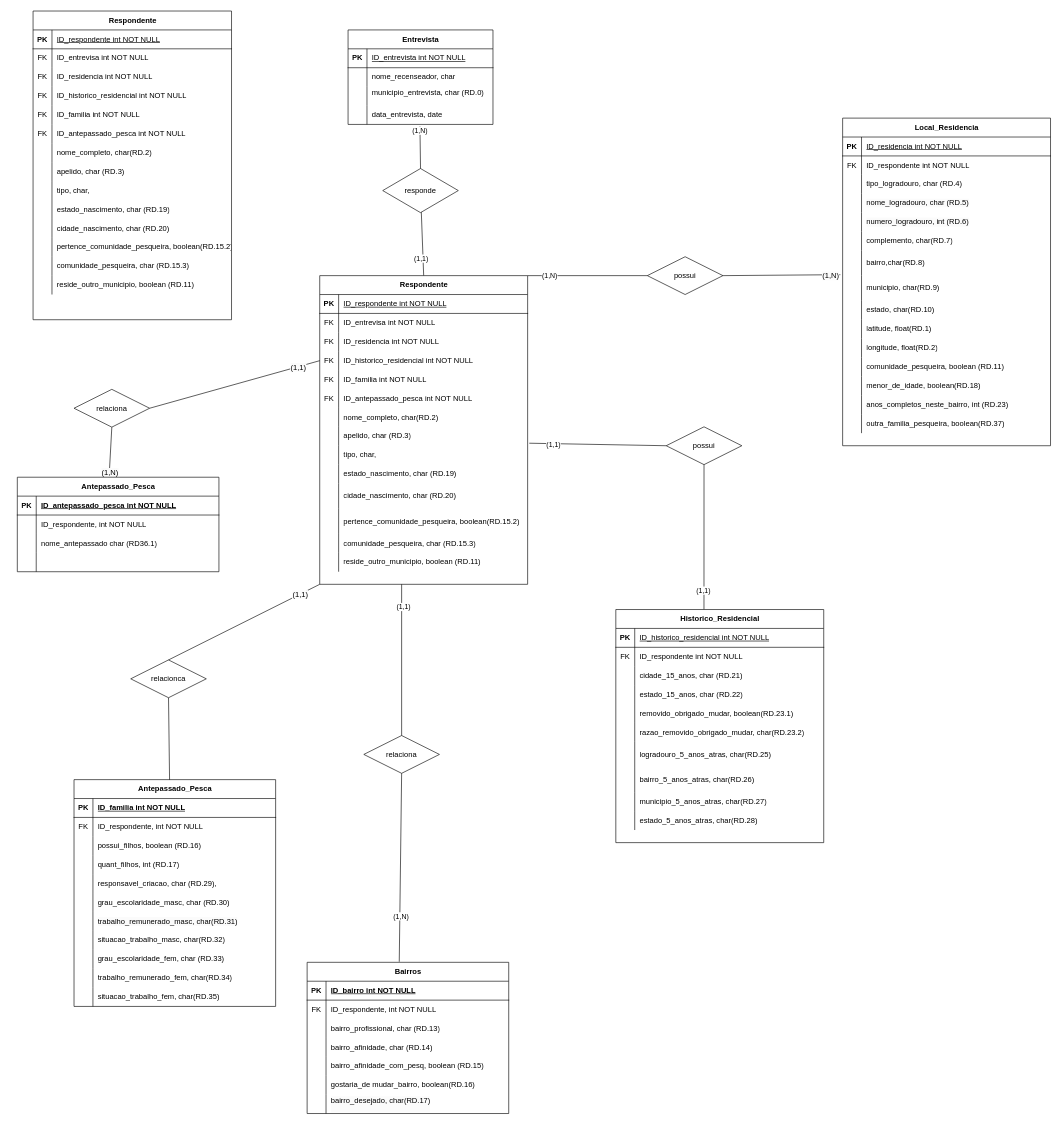
This is mer_1.drawio from larisard/mer, a draw.io file, before an edit. Source tidied: cells renumbered, new cells numbered last; positions are measured from the earlier drawing's top-left corner, leaving out a move shared by most shapes. Both pictures are drawn from the tidied source at 63%, with x=0, y=0 at pixel (17, 11).
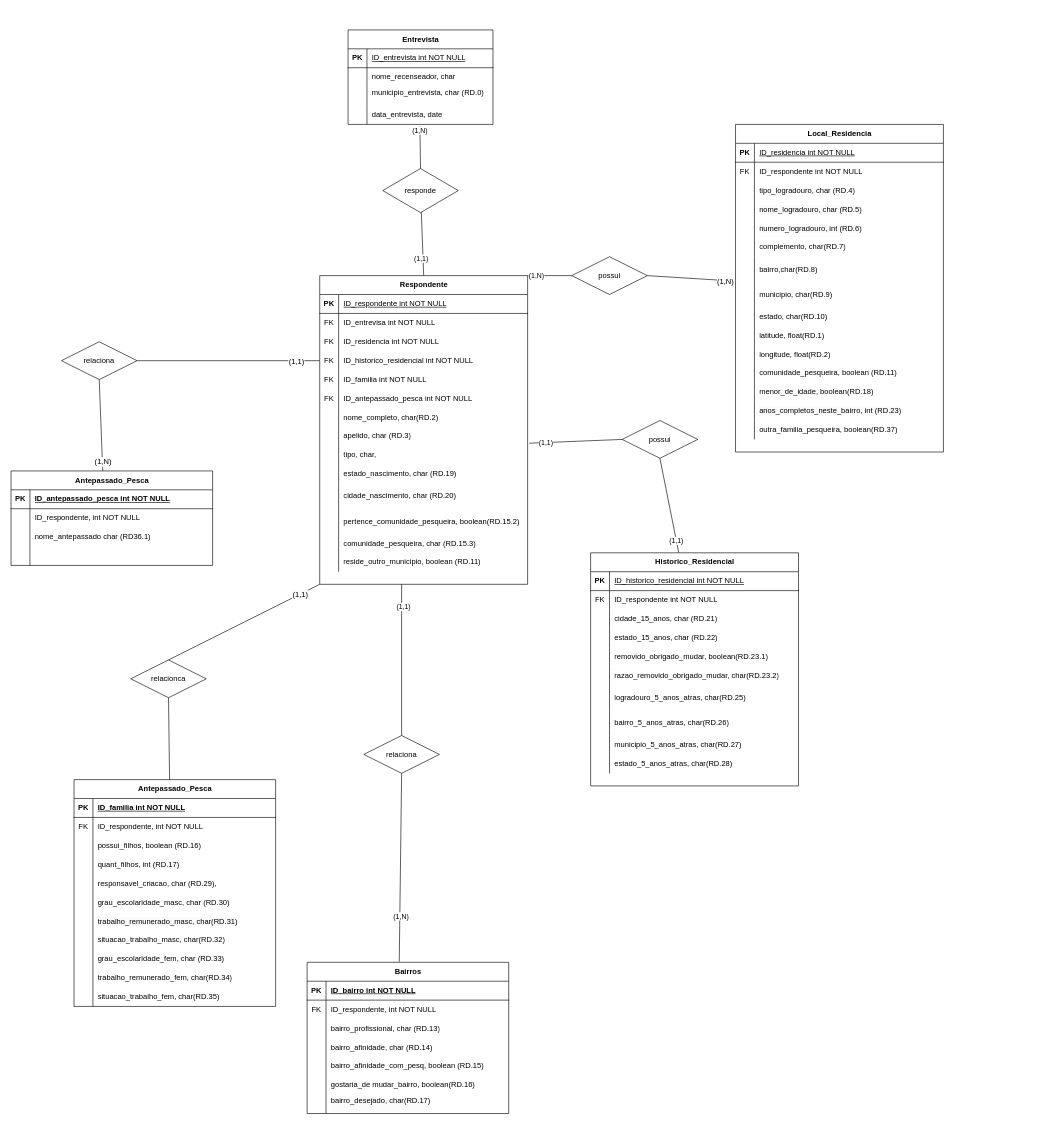
The same diagram, later.

The edit, as a diff of the source:
```diff
@@
     <mxCell id="3" value="possui" style="shape=rhombus;perimeter=rhombusPerimeter;whiteSpace=wrap;html=1;align=center;" parent="1" vertex="1">
-      <mxGeometry x="1000" y="390" width="120" height="60" as="geometry" />
+      <mxGeometry x="880" y="390" width="120" height="60" as="geometry" />
     </mxCell>
@@
     <mxCell id="20" value="possui" style="shape=rhombus;perimeter=rhombusPerimeter;whiteSpace=wrap;html=1;align=center;" parent="1" vertex="1">
-      <mxGeometry x="1030" y="660" width="120" height="60" as="geometry" />
+      <mxGeometry x="960" y="650" width="120" height="60" as="geometry" />
     </mxCell>
@@
     <mxCell id="25" value="relaciona" style="shape=rhombus;perimeter=rhombusPerimeter;whiteSpace=wrap;html=1;align=center;" parent="1" vertex="1">
-      <mxGeometry x="90" y="600.5" width="120" height="60" as="geometry" />
+      <mxGeometry x="70" y="525" width="120" height="60" as="geometry" />
     </mxCell>
@@
-    <mxCell id="44" value="Respondente" style="shape=table;startSize=30;childLayout=tableLayout;rowLines=0;fontStyle=1;align=center;html=1;" parent="1" vertex="1">
-      <mxGeometry x="25" width="315" height="490" as="geometry" />
-    </mxCell>
-    <mxCell id="45" style="shape=tableRow;horizontal=0;startSize=0;swimlaneHead=0;swimlaneBody=0;fillColor=none;top=0;left=0;right=0;bottom=1;" parent="44" vertex="1">
-      <mxGeometry y="30" width="315" height="30" as="geometry" />
-    </mxCell>
-    <mxCell id="46" value="PK" style="shape=partialRectangle;fillColor=none;top=0;left=0;bottom=0;right=0;fontStyle=1;overflow=hidden;whiteSpace=wrap;html=1;" parent="45" vertex="1">
-      <mxGeometry width="30" height="30" as="geometry" />
-    </mxCell>
-    <mxCell id="47" value="&lt;span style=&quot;font-weight: 400; text-wrap-mode: nowrap;&quot;&gt;ID_respondente int NOT NULL&lt;/span&gt;" style="shape=partialRectangle;fillColor=none;top=0;left=0;bottom=0;right=0;align=left;spacingLeft=6;fontStyle=5;overflow=hidden;whiteSpace=wrap;html=1;" parent="45" vertex="1">
-      <mxGeometry x="30" width="285" height="30" as="geometry" />
-    </mxCell>
-    <mxCell id="48" style="shape=tableRow;horizontal=0;startSize=0;swimlaneHead=0;swimlaneBody=0;fillColor=none;top=0;left=0;right=0;bottom=0;" parent="44" vertex="1">
-      <mxGeometry y="60" width="315" height="30" as="geometry" />
-    </mxCell>
-    <mxCell id="49" value="FK" style="shape=partialRectangle;fillColor=none;top=0;left=0;bottom=0;right=0;overflow=hidden;whiteSpace=wrap;html=1;" parent="48" vertex="1">
-      <mxGeometry width="30" height="30" as="geometry" />
-    </mxCell>
-    <mxCell id="50" value="&lt;div style=&quot;text-wrap-mode: nowrap;&quot;&gt;ID_entrevisa int NOT NULL&lt;/div&gt;" style="shape=partialRectangle;fillColor=none;top=0;left=0;bottom=0;right=0;align=left;spacingLeft=6;overflow=hidden;whiteSpace=wrap;html=1;" parent="48" vertex="1">
-      <mxGeometry x="30" width="285" height="30" as="geometry" />
-    </mxCell>
-    <mxCell id="51" style="shape=tableRow;horizontal=0;startSize=0;swimlaneHead=0;swimlaneBody=0;fillColor=none;top=0;left=0;right=0;bottom=0;" parent="44" vertex="1">
-      <mxGeometry y="90" width="315" height="30" as="geometry" />
-    </mxCell>
-    <mxCell id="52" value="FK" style="shape=partialRectangle;fillColor=none;top=0;left=0;bottom=0;right=0;overflow=hidden;whiteSpace=wrap;html=1;" parent="51" vertex="1">
-      <mxGeometry width="30" height="30" as="geometry" />
-    </mxCell>
-    <mxCell id="53" value="&lt;div style=&quot;text-wrap-mode: nowrap;&quot;&gt;&lt;div&gt;ID_residencia int NOT NULL&lt;/div&gt;&lt;/div&gt;" style="shape=partialRectangle;fillColor=none;top=0;left=0;bottom=0;right=0;align=left;spacingLeft=6;overflow=hidden;whiteSpace=wrap;html=1;" parent="51" vertex="1">
-      <mxGeometry x="30" width="285" height="30" as="geometry" />
-    </mxCell>
-    <mxCell id="54" style="shape=tableRow;horizontal=0;startSize=0;swimlaneHead=0;swimlaneBody=0;fillColor=none;top=0;left=0;right=0;bottom=0;" parent="44" vertex="1">
-      <mxGeometry y="120" width="315" height="30" as="geometry" />
-    </mxCell>
-    <mxCell id="55" value="FK" style="shape=partialRectangle;fillColor=none;top=0;left=0;bottom=0;right=0;overflow=hidden;whiteSpace=wrap;html=1;" parent="54" vertex="1">
-      <mxGeometry width="30" height="30" as="geometry" />
-    </mxCell>
-    <mxCell id="56" value="&lt;div style=&quot;text-wrap-mode: nowrap;&quot;&gt;ID_historico_residencial int NOT NULL&lt;/div&gt;" style="shape=partialRectangle;fillColor=none;top=0;left=0;bottom=0;right=0;align=left;spacingLeft=6;overflow=hidden;whiteSpace=wrap;html=1;" parent="54" vertex="1">
-      <mxGeometry x="30" width="285" height="30" as="geometry" />
-    </mxCell>
-    <mxCell id="57" style="shape=tableRow;horizontal=0;startSize=0;swimlaneHead=0;swimlaneBody=0;fillColor=none;top=0;left=0;right=0;bottom=0;" parent="44" vertex="1">
-      <mxGeometry y="150" width="315" height="30" as="geometry" />
-    </mxCell>
-    <mxCell id="58" value="FK" style="shape=partialRectangle;fillColor=none;top=0;left=0;bottom=0;right=0;overflow=hidden;whiteSpace=wrap;html=1;" parent="57" vertex="1">
-      <mxGeometry width="30" height="30" as="geometry" />
-    </mxCell>
-    <mxCell id="59" value="&lt;span style=&quot;text-wrap-mode: nowrap;&quot;&gt;ID_familia int NOT NULL&lt;/span&gt;" style="shape=partialRectangle;fillColor=none;top=0;left=0;bottom=0;right=0;align=left;spacingLeft=6;overflow=hidden;whiteSpace=wrap;html=1;" parent="57" vertex="1">
-      <mxGeometry x="30" width="285" height="30" as="geometry" />
-    </mxCell>
-    <mxCell id="60" style="shape=tableRow;horizontal=0;startSize=0;swimlaneHead=0;swimlaneBody=0;fillColor=none;top=0;left=0;right=0;bottom=0;" parent="44" vertex="1">
-      <mxGeometry y="180" width="315" height="30" as="geometry" />
-    </mxCell>
-    <mxCell id="61" value="FK" style="shape=partialRectangle;fillColor=none;top=0;left=0;bottom=0;right=0;overflow=hidden;whiteSpace=wrap;html=1;" parent="60" vertex="1">
-      <mxGeometry width="30" height="30" as="geometry" />
-    </mxCell>
-    <mxCell id="62" value="&lt;span style=&quot;text-wrap-mode: nowrap;&quot;&gt;ID_antepassado_pesca int NOT NULL&lt;/span&gt;" style="shape=partialRectangle;fillColor=none;top=0;left=0;bottom=0;right=0;align=left;spacingLeft=6;overflow=hidden;whiteSpace=wrap;html=1;" parent="60" vertex="1">
-      <mxGeometry x="30" width="285" height="30" as="geometry" />
-    </mxCell>
-    <mxCell id="63" style="shape=tableRow;horizontal=0;startSize=0;swimlaneHead=0;swimlaneBody=0;fillColor=none;top=0;left=0;right=0;bottom=0;" parent="44" vertex="1">
-      <mxGeometry y="210" width="315" height="30" as="geometry" />
-    </mxCell>
-    <mxCell id="64" style="shape=partialRectangle;fillColor=none;top=0;left=0;bottom=0;right=0;overflow=hidden;whiteSpace=wrap;html=1;" parent="63" vertex="1">
-      <mxGeometry width="30" height="30" as="geometry" />
-    </mxCell>
-    <mxCell id="65" value="&lt;span style=&quot;text-wrap-mode: nowrap;&quot;&gt;nome_completo, char(RD.2)&lt;/span&gt;" style="shape=partialRectangle;fillColor=none;top=0;left=0;bottom=0;right=0;align=left;spacingLeft=6;overflow=hidden;whiteSpace=wrap;html=1;" parent="63" vertex="1">
-      <mxGeometry x="30" width="285" height="30" as="geometry" />
-    </mxCell>
-    <mxCell id="66" style="shape=tableRow;horizontal=0;startSize=0;swimlaneHead=0;swimlaneBody=0;fillColor=none;top=0;left=0;right=0;bottom=0;" parent="44" vertex="1">
-      <mxGeometry y="240" width="315" height="30" as="geometry" />
-    </mxCell>
-    <mxCell id="67" style="shape=partialRectangle;fillColor=none;top=0;left=0;bottom=0;right=0;overflow=hidden;whiteSpace=wrap;html=1;" parent="66" vertex="1">
-      <mxGeometry width="30" height="30" as="geometry" />
-    </mxCell>
-    <mxCell id="68" value="&lt;span style=&quot;text-wrap-mode: nowrap;&quot;&gt;apelido, char (RD.3)&lt;/span&gt;" style="shape=partialRectangle;fillColor=none;top=0;left=0;bottom=0;right=0;align=left;spacingLeft=6;overflow=hidden;whiteSpace=wrap;html=1;" parent="66" vertex="1">
-      <mxGeometry x="30" width="285" height="30" as="geometry" />
-    </mxCell>
-    <mxCell id="69" style="shape=tableRow;horizontal=0;startSize=0;swimlaneHead=0;swimlaneBody=0;fillColor=none;top=0;left=0;right=0;bottom=0;" parent="44" vertex="1">
-      <mxGeometry y="270" width="315" height="30" as="geometry" />
-    </mxCell>
-    <mxCell id="70" style="shape=partialRectangle;fillColor=none;top=0;left=0;bottom=0;right=0;overflow=hidden;whiteSpace=wrap;html=1;" parent="69" vertex="1">
-      <mxGeometry width="30" height="30" as="geometry" />
-    </mxCell>
-    <mxCell id="71" value="&lt;div style=&quot;text-wrap-mode: nowrap;&quot;&gt;tipo, char,&lt;/div&gt;" style="shape=partialRectangle;fillColor=none;top=0;left=0;bottom=0;right=0;align=left;spacingLeft=6;overflow=hidden;whiteSpace=wrap;html=1;" parent="69" vertex="1">
-      <mxGeometry x="30" width="285" height="30" as="geometry" />
-    </mxCell>
-    <mxCell id="72" style="shape=tableRow;horizontal=0;startSize=0;swimlaneHead=0;swimlaneBody=0;fillColor=none;top=0;left=0;right=0;bottom=0;" parent="44" vertex="1">
-      <mxGeometry y="300" width="315" height="30" as="geometry" />
-    </mxCell>
-    <mxCell id="73" style="shape=partialRectangle;fillColor=none;top=0;left=0;bottom=0;right=0;overflow=hidden;whiteSpace=wrap;html=1;" parent="72" vertex="1">
-      <mxGeometry width="30" height="30" as="geometry" />
-    </mxCell>
-    <mxCell id="74" value="&lt;div style=&quot;text-wrap-mode: nowrap;&quot;&gt;&lt;span style=&quot;background-color: initial;&quot;&gt;estado_nascimento, char (RD.19)&lt;/span&gt;&lt;/div&gt;" style="shape=partialRectangle;fillColor=none;top=0;left=0;bottom=0;right=0;align=left;spacingLeft=6;overflow=hidden;whiteSpace=wrap;html=1;" parent="72" vertex="1">
-      <mxGeometry x="30" width="285" height="30" as="geometry" />
-    </mxCell>
-    <mxCell id="75" style="shape=tableRow;horizontal=0;startSize=0;swimlaneHead=0;swimlaneBody=0;fillColor=none;top=0;left=0;right=0;bottom=0;" parent="44" vertex="1">
-      <mxGeometry y="330" width="315" height="30" as="geometry" />
-    </mxCell>
-    <mxCell id="76" style="shape=partialRectangle;fillColor=none;top=0;left=0;bottom=0;right=0;overflow=hidden;whiteSpace=wrap;html=1;" parent="75" vertex="1">
-      <mxGeometry width="30" height="30" as="geometry" />
-    </mxCell>
-    <mxCell id="77" value="&lt;div style=&quot;text-wrap-mode: nowrap;&quot;&gt;&lt;span style=&quot;background-color: initial;&quot;&gt;cidade_nascimento, char (RD.20)&lt;/span&gt;&lt;/div&gt;" style="shape=partialRectangle;fillColor=none;top=0;left=0;bottom=0;right=0;align=left;spacingLeft=6;overflow=hidden;whiteSpace=wrap;html=1;" parent="75" vertex="1">
-      <mxGeometry x="30" width="285" height="30" as="geometry" />
-    </mxCell>
-    <mxCell id="78" style="shape=tableRow;horizontal=0;startSize=0;swimlaneHead=0;swimlaneBody=0;fillColor=none;top=0;left=0;right=0;bottom=0;" parent="44" vertex="1">
-      <mxGeometry y="360" width="315" height="30" as="geometry" />
-    </mxCell>
-    <mxCell id="79" style="shape=partialRectangle;fillColor=none;top=0;left=0;bottom=0;right=0;overflow=hidden;whiteSpace=wrap;html=1;" parent="78" vertex="1">
-      <mxGeometry width="30" height="30" as="geometry" />
-    </mxCell>
-    <mxCell id="80" value="&lt;div style=&quot;text-wrap-mode: nowrap;&quot;&gt;&lt;div&gt;&lt;span style=&quot;background-color: initial;&quot;&gt;pertence_comunidade_pesqueira, boolean(RD.15.2)&lt;/span&gt;&lt;/div&gt;&lt;/div&gt;" style="shape=partialRectangle;fillColor=none;top=0;left=0;bottom=0;right=0;align=left;spacingLeft=6;overflow=hidden;whiteSpace=wrap;html=1;" parent="78" vertex="1">
-      <mxGeometry x="30" width="285" height="30" as="geometry" />
-    </mxCell>
-    <mxCell id="81" style="shape=tableRow;horizontal=0;startSize=0;swimlaneHead=0;swimlaneBody=0;fillColor=none;top=0;left=0;right=0;bottom=0;" parent="44" vertex="1">
-      <mxGeometry y="390" width="315" height="30" as="geometry" />
-    </mxCell>
-    <mxCell id="82" style="shape=partialRectangle;fillColor=none;top=0;left=0;bottom=0;right=0;overflow=hidden;whiteSpace=wrap;html=1;" parent="81" vertex="1">
-      <mxGeometry width="30" height="30" as="geometry" />
-    </mxCell>
-    <mxCell id="83" value="&lt;div style=&quot;text-wrap-mode: nowrap;&quot;&gt;&lt;div&gt;&lt;span style=&quot;background-color: initial;&quot;&gt;comunidade_pesqueira, char (&lt;/span&gt;&lt;span style=&quot;background-color: initial;&quot;&gt;RD.15.3)&lt;/span&gt;&lt;/div&gt;&lt;/div&gt;" style="shape=partialRectangle;fillColor=none;top=0;left=0;bottom=0;right=0;align=left;spacingLeft=6;overflow=hidden;whiteSpace=wrap;html=1;" parent="81" vertex="1">
-      <mxGeometry x="30" width="285" height="30" as="geometry" />
-    </mxCell>
-    <mxCell id="84" style="shape=tableRow;horizontal=0;startSize=0;swimlaneHead=0;swimlaneBody=0;fillColor=none;top=0;left=0;right=0;bottom=0;" parent="44" vertex="1">
-      <mxGeometry y="420" width="315" height="30" as="geometry" />
-    </mxCell>
-    <mxCell id="85" style="shape=partialRectangle;fillColor=none;top=0;left=0;bottom=0;right=0;overflow=hidden;whiteSpace=wrap;html=1;" parent="84" vertex="1">
-      <mxGeometry width="30" height="30" as="geometry" />
-    </mxCell>
-    <mxCell id="86" value="&lt;div style=&quot;text-wrap-mode: nowrap;&quot;&gt;&lt;div&gt;reside_outro_municipio, boolean (RD.11)&lt;/div&gt;&lt;/div&gt;" style="shape=partialRectangle;fillColor=none;top=0;left=0;bottom=0;right=0;align=left;spacingLeft=6;overflow=hidden;whiteSpace=wrap;html=1;" parent="84" vertex="1">
-      <mxGeometry x="30" width="285" height="30" as="geometry" />
-    </mxCell>
@@
     <mxCell id="130" value="Antepassado_Pesca" style="shape=table;startSize=30;childLayout=tableLayout;rowLines=0;fontStyle=1;align=center;html=1;" parent="1" vertex="1">
-      <mxGeometry y="740" width="320" height="150" as="geometry" />
+      <mxGeometry x="-10" y="730" width="320" height="150" as="geometry" />
     </mxCell>
@@
     <mxCell id="199" value="Historico_Residencial" style="shape=table;startSize=30;childLayout=tableLayout;rowLines=0;fontStyle=1;align=center;html=1;" parent="1" vertex="1">
-      <mxGeometry x="950" y="950" width="330" height="370" as="geometry" />
+      <mxGeometry x="910" y="860" width="330" height="370" as="geometry" />
     </mxCell>
@@
     <mxCell id="230" value="Local_Residencia" style="shape=table;startSize=30;childLayout=tableLayout;rowLines=0;fontStyle=1;align=center;html=1;" parent="1" vertex="1">
-      <mxGeometry x="1310" y="170" width="330" height="520" as="geometry" />
+      <mxGeometry x="1140" y="180" width="330" height="520" as="geometry" />
     </mxCell>
```
